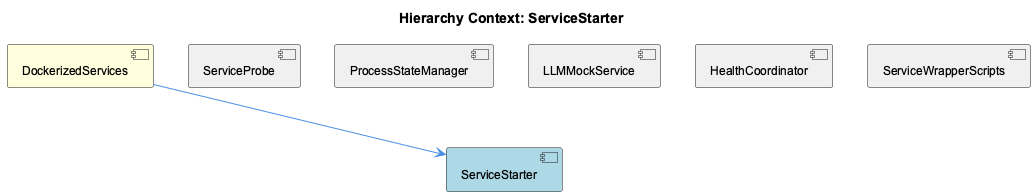
fwornle/coding keeps this PlantUML diagram as knowledge-management/insights/images/service-starter-relationship.png. Above is the earlier version.
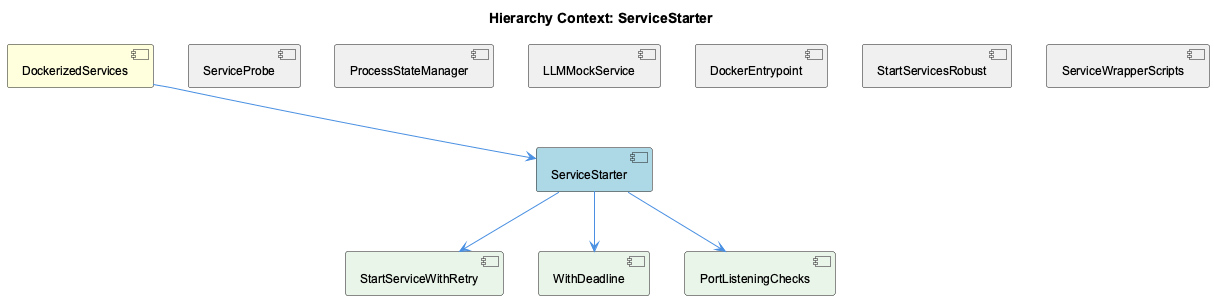
Above is the later version.

The edit, as a diff of the source:
```diff
@@ -8,14 +8,22 @@
 [ServiceProbe] as service_probe #F0F0F0
 [ProcessStateManager] as process_state_manager #F0F0F0
 [LLMMockService] as llmmock_service #F0F0F0
-[HealthCoordinator] as health_coordinator #F0F0F0
+[DockerEntrypoint] as docker_entrypoint #F0F0F0
+[StartServicesRobust] as start_services_robust #F0F0F0
 [ServiceWrapperScripts] as service_wrapper_scripts #F0F0F0
+[StartServiceWithRetry] as start_service_with_retry #E8F5E8
+[WithDeadline] as with_deadline #E8F5E8
+[PortListeningChecks] as port_listening_checks #E8F5E8
 
 dockerized_services --> service_starter
 service_probe -[hidden]- service_starter
 process_state_manager -[hidden]- service_starter
 llmmock_service -[hidden]- service_starter
-health_coordinator -[hidden]- service_starter
+docker_entrypoint -[hidden]- service_starter
+start_services_robust -[hidden]- service_starter
 service_wrapper_scripts -[hidden]- service_starter
+service_starter --> start_service_with_retry
+service_starter --> with_deadline
+service_starter --> port_listening_checks
 
 @enduml
```
